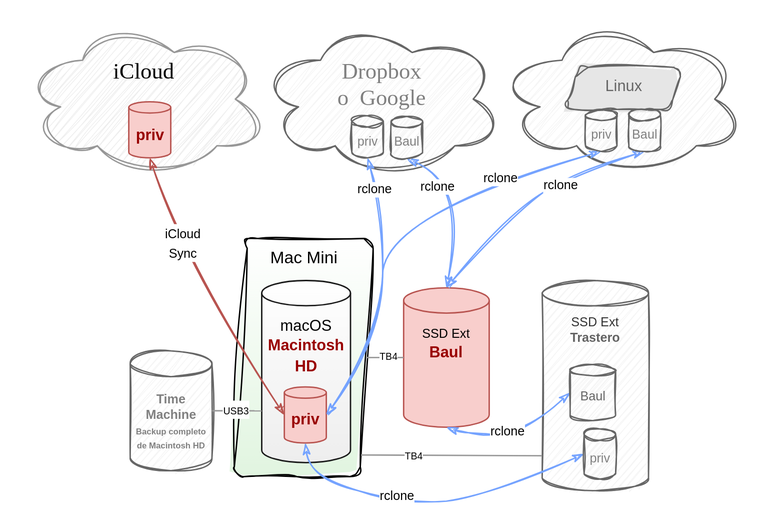
The draw.io diagram docs/assets/img/posts/2023-11-13-rclone-05.drawio.svg in LuisPalacios/LuisPalacios.github.io, before a commit. Source tidied: cells renumbered, new cells last; positions are measured from the earlier drawing's top-left corner, leaving out a move shared by most shapes.
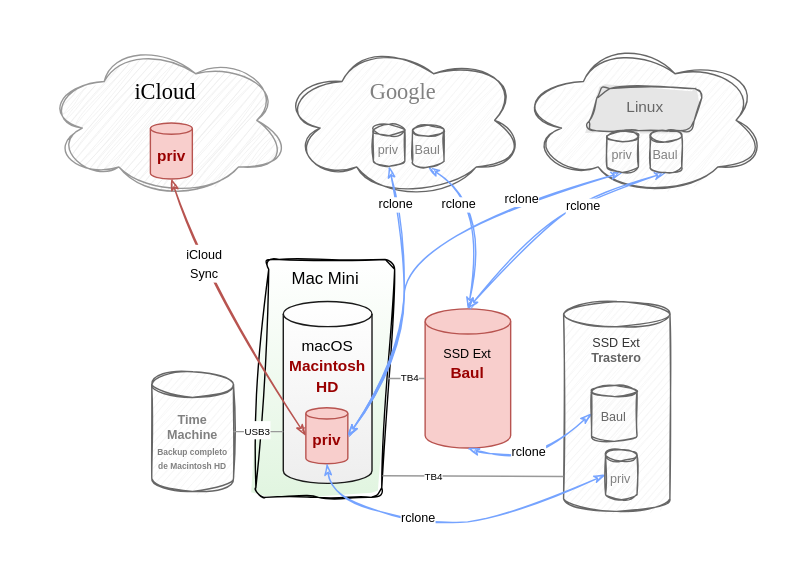
After the change.

Commit message:
Update gráfico rclone

Diff of the diagram source:
```diff
@@ -14,7 +14,7 @@
     <mxCell id="5" value="&lt;br&gt;iCloud" style="ellipse;shape=cloud;whiteSpace=wrap;html=1;fillColor=#EEEEEE;strokeColor=#979797;fontSize=16;sketch=1;curveFitting=1;jiggle=2;fontFamily=Verdana;labelPosition=center;verticalLabelPosition=middle;align=center;verticalAlign=top;fillStyle=hachure;gradientColor=#979797;gradientDirection=north;" parent="1" vertex="1">
       <mxGeometry width="174.6" height="111" as="geometry" />
     </mxCell>
-    <mxCell id="6" value="&lt;font color=&quot;#808080&quot;&gt;&lt;br&gt;Dropbox&lt;br&gt;o&amp;nbsp; Google&lt;/font&gt;" style="ellipse;shape=cloud;whiteSpace=wrap;html=1;fillColor=#f5f5f5;strokeColor=#666666;fontSize=16;sketch=1;curveFitting=1;jiggle=2;fontFamily=Verdana;labelPosition=center;verticalLabelPosition=middle;align=center;verticalAlign=top;fontColor=#333333;" parent="1" vertex="1">
+    <mxCell id="6" value="&lt;font color=&quot;#808080&quot;&gt;&lt;br&gt;Google&lt;/font&gt;" style="ellipse;shape=cloud;whiteSpace=wrap;html=1;fillColor=#f5f5f5;strokeColor=#666666;fontSize=16;sketch=1;curveFitting=1;jiggle=2;fontFamily=Verdana;labelPosition=center;verticalLabelPosition=middle;align=center;verticalAlign=top;fontColor=#333333;" parent="1" vertex="1">
       <mxGeometry x="170" width="174.6" height="111" as="geometry" />
     </mxCell>
     <mxCell id="7" value="&lt;b style=&quot;border-color: var(--border-color); color: rgb(153, 0, 0); font-size: 11px;&quot;&gt;priv&lt;/b&gt;" style="shape=cylinder3;whiteSpace=wrap;html=1;boundedLbl=1;backgroundOutline=1;size=4;fillColor=#f8cecc;strokeColor=#b85450;" parent="1" vertex="1">
@@ -137,10 +137,10 @@
       <mxGeometry x="-0.43" y="1" relative="1" as="geometry" />
     </mxCell>
     <mxCell id="30" value="&lt;font color=&quot;#808080&quot;&gt;priv&lt;/font&gt;" style="shape=cylinder3;whiteSpace=wrap;html=1;boundedLbl=1;backgroundOutline=1;size=4;fillColor=#f5f5f5;strokeColor=#666666;fontSize=9;fontColor=#333333;sketch=1;curveFitting=1;jiggle=1;" parent="1" vertex="1">
-      <mxGeometry x="236" y="67.4" width="22.5" height="30" as="geometry" />
+      <mxGeometry x="236" y="58.4" width="22.5" height="30" as="geometry" />
     </mxCell>
     <mxCell id="31" value="&lt;font color=&quot;#808080&quot;&gt;Baul&lt;/font&gt;" style="shape=cylinder3;whiteSpace=wrap;html=1;boundedLbl=1;backgroundOutline=1;size=4;fillColor=#f5f5f5;strokeColor=#666666;fontSize=9;fontColor=#333333;sketch=1;curveFitting=1;jiggle=1;" parent="1" vertex="1">
-      <mxGeometry x="264" y="67.8" width="22.5" height="30" as="geometry" />
+      <mxGeometry x="264" y="58.8" width="22.5" height="30" as="geometry" />
     </mxCell>
     <mxCell id="32" value="&lt;font color=&quot;#808080&quot;&gt;priv&lt;/font&gt;" style="shape=cylinder3;whiteSpace=wrap;html=1;boundedLbl=1;backgroundOutline=1;size=4;fillColor=#f5f5f5;strokeColor=#666666;fontSize=9;fontColor=#333333;sketch=1;curveFitting=1;jiggle=1;" parent="1" vertex="1">
       <mxGeometry x="402" y="291" width="22.5" height="35.7" as="geometry" />
```
